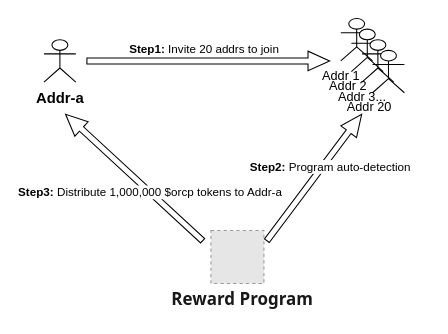
Above: invite to earn.drawio in orc-protocol/diagrams (draw.io), before the change. Source tidied: cells renumbered, new cells numbered last; positions are measured from the earlier drawing's top-left corner, leaving out a move shared by most shapes. Both pictures are drawn from the tidied source at 106%, with x=0, y=0 at pixel (43, 18). Pictures stored in the file or linked from it are replaced by grey dashed boxes.
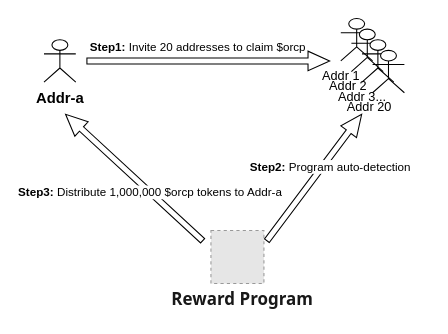
Above is the later version.

Unchanged cells that the change refers to:
```xml
<mxCell id="3" style="shape=flexArrow;endArrow=classic;html=1;rounded=0;endWidth=11.830985915492958;endSize=6.470422535211267;width=5.633802816901409;" parent="1" edge="1">
  <mxGeometry relative="1" as="geometry">
    <mxPoint x="40" y="40" as="sourcePoint" />
    <mxPoint x="270" y="40" as="targetPoint" />
  </mxGeometry>
</mxCell>
```

Diff of the diagram source:
```diff
@@
-    <mxCell id="4" value="&lt;b&gt;Step1: &lt;/b&gt;Invite 20 addrs to join" style="edgeLabel;html=1;align=center;verticalAlign=middle;" parent="3" vertex="1">
+    <mxCell id="4" value="&lt;b&gt;Step1: &lt;/b&gt;Invite 20 addresses to claim $orcp" style="edgeLabel;html=1;align=center;verticalAlign=middle;" parent="3" vertex="1">
       <mxGeometry x="-0.39" y="1" relative="1" as="geometry">
-        <mxPoint x="40" y="-11" as="offset" />
+        <mxPoint x="34" y="-13" as="offset" />
       </mxGeometry>
     </mxCell>
```
